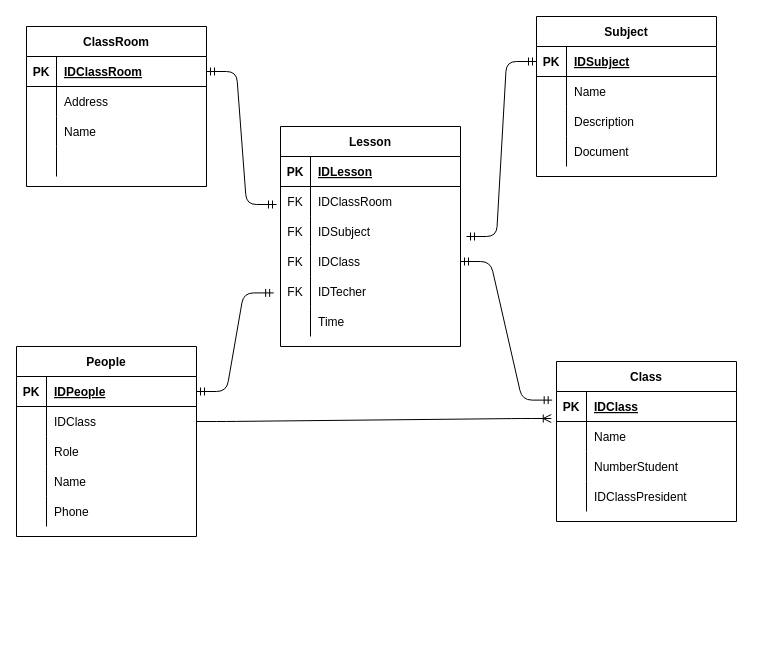
The draw.io diagram AssLec8/database course tfs02/diagram.drawio in gray1412/Homework_tfs02, before the edit. Source tidied: cells renumbered, new cells numbered last; positions are measured from the earlier drawing's top-left corner, leaving out a move shared by most shapes. Both pictures are drawn from the tidied source at 100%, with x=0, y=0 at pixel (16, 16).
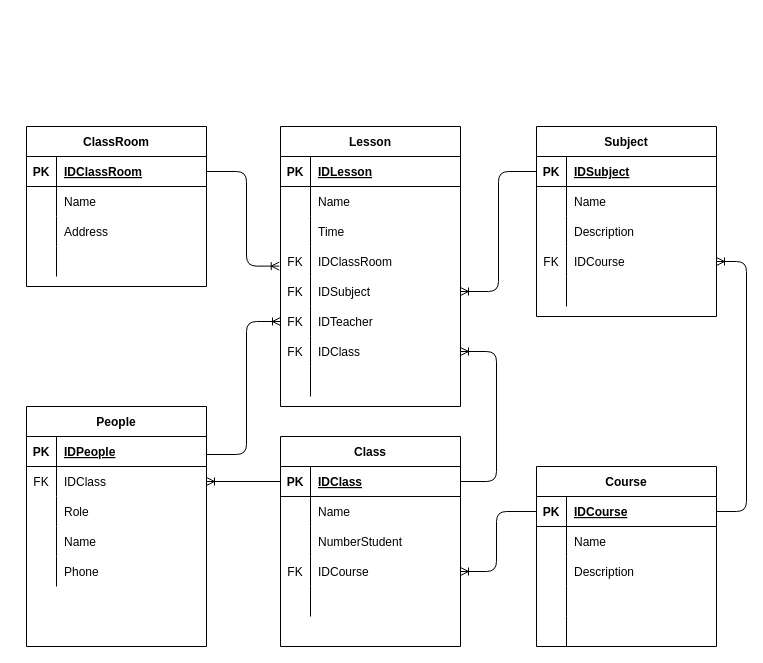
After the change.

Unchanged cells that the change refers to:
```xml
<mxCell id="22" style="shape=partialRectangle;fillColor=none;top=0;left=0;bottom=1;right=0;points=[[0,0.5],[1,0.5]];portConstraint=eastwest;" parent="21" vertex="1">
  <mxGeometry y="30" width="180" height="30" as="geometry" />
</mxCell>
<mxCell id="25" style="shape=partialRectangle;fillColor=none;top=0;left=0;bottom=0;right=0;points=[[0,0.5],[1,0.5]];portConstraint=eastwest;" parent="21" vertex="1">
  <mxGeometry y="60" width="180" height="30" as="geometry" />
</mxCell>
<mxCell id="35" style="shape=partialRectangle;fillColor=none;top=0;left=0;bottom=1;right=0;points=[[0,0.5],[1,0.5]];portConstraint=eastwest;" parent="34" vertex="1">
  <mxGeometry y="30" width="180" height="30" as="geometry" />
</mxCell>
<mxCell id="38" style="shape=partialRectangle;fillColor=none;top=0;left=0;bottom=0;right=0;points=[[0,0.5],[1,0.5]];portConstraint=eastwest;" parent="34" vertex="1">
  <mxGeometry y="60" width="180" height="30" as="geometry" />
</mxCell>
<mxCell id="51" style="shape=partialRectangle;fillColor=none;top=0;left=0;bottom=1;right=0;points=[[0,0.5],[1,0.5]];portConstraint=eastwest;" parent="50" vertex="1">
  <mxGeometry y="30" width="180" height="30" as="geometry" />
</mxCell>
<mxCell id="64" style="shape=partialRectangle;fillColor=none;top=0;left=0;bottom=1;right=0;points=[[0,0.5],[1,0.5]];portConstraint=eastwest;" parent="63" vertex="1">
  <mxGeometry y="30" width="180" height="30" as="geometry" />
</mxCell>
```

Change to the diagram source:
```diff
@@
     <mxCell id="2" value="Lesson" style="shape=table;startSize=30;childLayout=tableLayout;rowLines=0;fontStyle=1;align=center;" parent="1" vertex="1">
-      <mxGeometry x="264" y="110" width="180" height="220" as="geometry" />
+      <mxGeometry x="264" y="110" width="180" height="280" as="geometry" />
     </mxCell>
@@
+    <mxCell id="81" style="shape=partialRectangle;fillColor=none;top=0;left=0;bottom=0;right=0;" parent="2" vertex="1">
+      <mxGeometry y="60" width="180" height="30" as="geometry" />
+    </mxCell>
+    <mxCell id="82" style="shape=partialRectangle;fillColor=none;top=0;left=0;bottom=0;right=0;overflow=hidden;" parent="81" vertex="1">
+      <mxGeometry width="30" height="30" as="geometry" />
+    </mxCell>
+    <mxCell id="83" value="Name" style="shape=partialRectangle;fillColor=none;top=0;left=0;bottom=0;right=0;align=left;spacingLeft=6;overflow=hidden;" parent="81" vertex="1">
+      <mxGeometry x="30" width="150" height="30" as="geometry" />
+    </mxCell>
+    <mxCell id="18" style="shape=partialRectangle;fillColor=none;top=0;left=0;bottom=0;right=0;" parent="2" vertex="1">
+      <mxGeometry y="90" width="180" height="30" as="geometry" />
+    </mxCell>
+    <mxCell id="19" style="shape=partialRectangle;fillColor=none;top=0;left=0;bottom=0;right=0;overflow=hidden;" parent="18" vertex="1">
+      <mxGeometry width="30" height="30" as="geometry" />
+    </mxCell>
+    <mxCell id="20" value="Time" style="shape=partialRectangle;fillColor=none;top=0;left=0;bottom=0;right=0;align=left;spacingLeft=6;overflow=hidden;" parent="18" vertex="1">
+      <mxGeometry x="30" width="150" height="30" as="geometry" />
+    </mxCell>
     <mxCell id="6" style="shape=partialRectangle;fillColor=none;top=0;left=0;bottom=0;right=0;points=[[0,0.5],[1,0.5]];portConstraint=eastwest;" parent="2" vertex="1">
-      <mxGeometry y="60" width="180" height="30" as="geometry" />
+      <mxGeometry y="120" width="180" height="30" as="geometry" />
     </mxCell>
@@
     <mxCell id="9" style="shape=partialRectangle;fillColor=none;top=0;left=0;bottom=0;right=0;points=[[0,0.5],[1,0.5]];portConstraint=eastwest;" parent="2" vertex="1">
-      <mxGeometry y="90" width="180" height="30" as="geometry" />
+      <mxGeometry y="150" width="180" height="30" as="geometry" />
     </mxCell>
@@
+    <mxCell id="15" style="shape=partialRectangle;fillColor=none;top=0;left=0;bottom=0;right=0;points=[[0,0.5],[1,0.5]];portConstraint=eastwest;" parent="2" vertex="1">
+      <mxGeometry y="180" width="180" height="30" as="geometry" />
+    </mxCell>
+    <mxCell id="16" value="FK" style="shape=partialRectangle;fillColor=none;top=0;left=0;bottom=0;right=0;overflow=hidden;" parent="15" vertex="1">
+      <mxGeometry width="30" height="30" as="geometry" />
+    </mxCell>
+    <mxCell id="17" value="IDTeacher" style="shape=partialRectangle;fillColor=none;top=0;left=0;bottom=0;right=0;align=left;spacingLeft=6;overflow=hidden;" parent="15" vertex="1">
+      <mxGeometry x="30" width="150" height="30" as="geometry" />
+    </mxCell>
     <mxCell id="12" style="shape=partialRectangle;fillColor=none;top=0;left=0;bottom=0;right=0;points=[[0,0.5],[1,0.5]];portConstraint=eastwest;" parent="2" vertex="1">
-      <mxGeometry y="120" width="180" height="30" as="geometry" />
+      <mxGeometry y="210" width="180" height="30" as="geometry" />
     </mxCell>
@@
-    <mxCell id="15" style="shape=partialRectangle;fillColor=none;top=0;left=0;bottom=0;right=0;points=[[0,0.5],[1,0.5]];portConstraint=eastwest;" parent="2" vertex="1">
-      <mxGeometry y="150" width="180" height="30" as="geometry" />
-    </mxCell>
-    <mxCell id="16" value="FK" style="shape=partialRectangle;fillColor=none;top=0;left=0;bottom=0;right=0;overflow=hidden;" parent="15" vertex="1">
-      <mxGeometry width="30" height="30" as="geometry" />
-    </mxCell>
-    <mxCell id="17" value="IDTecher" style="shape=partialRectangle;fillColor=none;top=0;left=0;bottom=0;right=0;align=left;spacingLeft=6;overflow=hidden;" parent="15" vertex="1">
-      <mxGeometry x="30" width="150" height="30" as="geometry" />
-    </mxCell>
-    <mxCell id="18" style="shape=partialRectangle;fillColor=none;top=0;left=0;bottom=0;right=0;" parent="2" vertex="1">
-      <mxGeometry y="180" width="180" height="30" as="geometry" />
-    </mxCell>
-    <mxCell id="19" style="shape=partialRectangle;fillColor=none;top=0;left=0;bottom=0;right=0;overflow=hidden;" parent="18" vertex="1">
-      <mxGeometry width="30" height="30" as="geometry" />
-    </mxCell>
-    <mxCell id="20" value="Time" style="shape=partialRectangle;fillColor=none;top=0;left=0;bottom=0;right=0;align=left;spacingLeft=6;overflow=hidden;" parent="18" vertex="1">
-      <mxGeometry x="30" width="150" height="30" as="geometry" />
-    </mxCell>
+    <mxCell id="84" style="shape=partialRectangle;fillColor=none;top=0;left=0;bottom=0;right=0;" parent="2" vertex="1">
+      <mxGeometry y="240" width="180" height="30" as="geometry" />
+    </mxCell>
+    <mxCell id="85" style="shape=partialRectangle;fillColor=none;top=0;left=0;bottom=0;right=0;overflow=hidden;" parent="84" vertex="1">
+      <mxGeometry width="30" height="30" as="geometry" />
+    </mxCell>
+    <mxCell id="86" style="shape=partialRectangle;fillColor=none;top=0;left=0;bottom=0;right=0;align=left;spacingLeft=6;overflow=hidden;" parent="84" vertex="1">
+      <mxGeometry x="30" width="150" height="30" as="geometry" />
+    </mxCell>
     <mxCell id="21" value="Class" style="shape=table;startSize=30;childLayout=tableLayout;rowLines=0;fontStyle=1;align=center;" parent="1" vertex="1">
-      <mxGeometry x="540" y="345" width="180" height="160" as="geometry" />
+      <mxGeometry x="264" y="420" width="180" height="210" as="geometry" />
     </mxCell>
@@
+    <mxCell id="87" style="shape=partialRectangle;fillColor=none;top=0;left=0;bottom=0;right=0;points=[[0,0.5],[1,0.5]];portConstraint=eastwest;" parent="21" vertex="1">
+      <mxGeometry y="120" width="180" height="30" as="geometry" />
+    </mxCell>
+    <mxCell id="88" value="FK" style="shape=partialRectangle;fillColor=none;top=0;left=0;bottom=0;right=0;overflow=hidden;" parent="87" vertex="1">
+      <mxGeometry width="30" height="30" as="geometry" />
+    </mxCell>
+    <mxCell id="89" value="IDCourse" style="shape=partialRectangle;fillColor=none;top=0;left=0;bottom=0;right=0;align=left;spacingLeft=6;overflow=hidden;" parent="87" vertex="1">
+      <mxGeometry x="30" width="150" height="30" as="geometry" />
+    </mxCell>
     <mxCell id="31" style="shape=partialRectangle;fillColor=none;top=0;left=0;bottom=0;right=0;" parent="21" vertex="1">
-      <mxGeometry y="120" width="180" height="30" as="geometry" />
+      <mxGeometry y="150" width="180" height="30" as="geometry" />
     </mxCell>
@@
-    <mxCell id="33" value="IDClassPresident" style="shape=partialRectangle;fillColor=none;top=0;left=0;bottom=0;right=0;align=left;spacingLeft=6;overflow=hidden;" parent="31" vertex="1">
+    <mxCell id="33" style="shape=partialRectangle;fillColor=none;top=0;left=0;bottom=0;right=0;align=left;spacingLeft=6;overflow=hidden;" parent="31" vertex="1">
       <mxGeometry x="30" width="150" height="30" as="geometry" />
     </mxCell>
     <mxCell id="34" value="People" style="shape=table;startSize=30;childLayout=tableLayout;rowLines=0;fontStyle=1;align=center;" parent="1" vertex="1">
-      <mxGeometry y="330" width="180" height="190" as="geometry" />
+      <mxGeometry x="10" y="390" width="180" height="240" as="geometry" />
     </mxCell>
@@
-    <mxCell id="39" style="shape=partialRectangle;fillColor=none;top=0;left=0;bottom=0;right=0;overflow=hidden;" parent="38" vertex="1">
+    <mxCell id="39" value="FK" style="shape=partialRectangle;fillColor=none;top=0;left=0;bottom=0;right=0;overflow=hidden;" parent="38" vertex="1">
       <mxGeometry width="30" height="30" as="geometry" />
     </mxCell>
@@
     <mxCell id="50" value="ClassRoom" style="shape=table;startSize=30;childLayout=tableLayout;rowLines=0;fontStyle=1;align=center;" parent="1" vertex="1">
-      <mxGeometry x="10" y="10" width="180" height="160" as="geometry" />
+      <mxGeometry x="10" y="110" width="180" height="160" as="geometry" />
     </mxCell>
@@
+    <mxCell id="57" style="shape=partialRectangle;fillColor=none;top=0;left=0;bottom=0;right=0;" parent="50" vertex="1">
+      <mxGeometry y="60" width="180" height="30" as="geometry" />
+    </mxCell>
+    <mxCell id="58" style="shape=partialRectangle;fillColor=none;top=0;left=0;bottom=0;right=0;overflow=hidden;" parent="57" vertex="1">
+      <mxGeometry width="30" height="30" as="geometry" />
+    </mxCell>
+    <mxCell id="59" value="Name" style="shape=partialRectangle;fillColor=none;top=0;left=0;bottom=0;right=0;align=left;spacingLeft=6;overflow=hidden;" parent="57" vertex="1">
+      <mxGeometry x="30" width="150" height="30" as="geometry" />
+    </mxCell>
     <mxCell id="54" style="shape=partialRectangle;fillColor=none;top=0;left=0;bottom=0;right=0;" parent="50" vertex="1">
-      <mxGeometry y="60" width="180" height="30" as="geometry" />
+      <mxGeometry y="90" width="180" height="30" as="geometry" />
     </mxCell>
@@
-    <mxCell id="57" style="shape=partialRectangle;fillColor=none;top=0;left=0;bottom=0;right=0;" parent="50" vertex="1">
-      <mxGeometry y="90" width="180" height="30" as="geometry" />
-    </mxCell>
-    <mxCell id="58" style="shape=partialRectangle;fillColor=none;top=0;left=0;bottom=0;right=0;overflow=hidden;" parent="57" vertex="1">
-      <mxGeometry width="30" height="30" as="geometry" />
-    </mxCell>
-    <mxCell id="59" value="Name" style="shape=partialRectangle;fillColor=none;top=0;left=0;bottom=0;right=0;align=left;spacingLeft=6;overflow=hidden;" parent="57" vertex="1">
-      <mxGeometry x="30" width="150" height="30" as="geometry" />
-    </mxCell>
@@
     <mxCell id="63" value="Subject" style="shape=table;startSize=30;childLayout=tableLayout;rowLines=0;fontStyle=1;align=center;" parent="1" vertex="1">
-      <mxGeometry x="520" width="180" height="160" as="geometry" />
+      <mxGeometry x="520" y="110" width="180" height="190" as="geometry" />
     </mxCell>
@@
+    <mxCell id="90" style="shape=partialRectangle;fillColor=none;top=0;left=0;bottom=0;right=0;points=[[0,0.5],[1,0.5]];portConstraint=eastwest;" parent="63" vertex="1">
+      <mxGeometry y="120" width="180" height="30" as="geometry" />
+    </mxCell>
+    <mxCell id="91" value="FK" style="shape=partialRectangle;fillColor=none;top=0;left=0;bottom=0;right=0;overflow=hidden;" parent="90" vertex="1">
+      <mxGeometry width="30" height="30" as="geometry" />
+    </mxCell>
+    <mxCell id="92" value="IDCourse" style="shape=partialRectangle;fillColor=none;top=0;left=0;bottom=0;right=0;align=left;spacingLeft=6;overflow=hidden;" parent="90" vertex="1">
+      <mxGeometry x="30" width="150" height="30" as="geometry" />
+    </mxCell>
     <mxCell id="73" style="shape=partialRectangle;fillColor=none;top=0;left=0;bottom=0;right=0;" parent="63" vertex="1">
-      <mxGeometry y="120" width="180" height="30" as="geometry" />
+      <mxGeometry y="150" width="180" height="30" as="geometry" />
     </mxCell>
@@
-    <mxCell id="75" value="Document" style="shape=partialRectangle;fillColor=none;top=0;left=0;bottom=0;right=0;align=left;spacingLeft=6;overflow=hidden;" parent="73" vertex="1">
+    <mxCell id="75" style="shape=partialRectangle;fillColor=none;top=0;left=0;bottom=0;right=0;align=left;spacingLeft=6;overflow=hidden;" parent="73" vertex="1">
       <mxGeometry x="30" width="150" height="30" as="geometry" />
     </mxCell>
-    <mxCell id="76" style="edgeStyle=entityRelationEdgeStyle;fontSize=12;html=1;endArrow=ERmandOne;startArrow=ERmandOne;exitX=1;exitY=0.5;exitDx=0;exitDy=0;entryX=-0.024;entryY=0.287;entryDx=0;entryDy=0;entryPerimeter=0;" parent="1" edge="1" source="12" target="22">
-      <mxGeometry relative="1" as="geometry" />
-    </mxCell>
-    <mxCell id="77" style="edgeStyle=entityRelationEdgeStyle;fontSize=12;html=1;endArrow=ERmandOne;startArrow=ERmandOne;exitX=1;exitY=0.5;exitDx=0;exitDy=0;entryX=-0.038;entryY=0.547;entryDx=0;entryDy=0;entryPerimeter=0;" parent="1" edge="1" source="35" target="15">
-      <mxGeometry relative="1" as="geometry" />
-    </mxCell>
-    <mxCell id="78" style="edgeStyle=entityRelationEdgeStyle;fontSize=12;html=1;endArrow=ERmandOne;startArrow=ERmandOne;exitX=1;exitY=0.5;exitDx=0;exitDy=0;" parent="1" edge="1" source="51">
-      <mxGeometry relative="1" as="geometry">
-        <mxPoint x="260" y="188" as="targetPoint" />
-      </mxGeometry>
-    </mxCell>
-    <mxCell id="79" style="edgeStyle=entityRelationEdgeStyle;fontSize=12;html=1;endArrow=ERmandOne;startArrow=ERmandOne;entryX=0;entryY=0.5;entryDx=0;entryDy=0;" parent="1" edge="1" target="64">
-      <mxGeometry relative="1" as="geometry">
-        <mxPoint x="450" y="220" as="sourcePoint" />
-      </mxGeometry>
-    </mxCell>
-    <mxCell id="80" style="edgeStyle=entityRelationEdgeStyle;fontSize=12;html=1;endArrow=ERoneToMany;exitX=1;exitY=0.5;exitDx=0;exitDy=0;entryX=-0.029;entryY=-0.1;entryDx=0;entryDy=0;entryPerimeter=0;" parent="1" edge="1" source="38" target="25">
-      <mxGeometry relative="1" as="geometry" />
+    <mxCell id="80" style="edgeStyle=orthogonalEdgeStyle;fontSize=12;html=1;endArrow=ERoneToMany;exitX=0;exitY=0.5;exitDx=0;exitDy=0;entryX=1;entryY=0.5;entryDx=0;entryDy=0;" parent="1" edge="1" source="22" target="38">
+      <mxGeometry relative="1" as="geometry">
+        <Array as="points">
+          <mxPoint x="264" y="465" />
+        </Array>
+      </mxGeometry>
     </mxCell>
+    <mxCell id="93" value="Course" style="shape=table;startSize=30;childLayout=tableLayout;rowLines=0;fontStyle=1;align=center;" parent="1" vertex="1">
+      <mxGeometry x="520" y="450" width="180" height="180" as="geometry" />
+    </mxCell>
+    <mxCell id="94" style="shape=partialRectangle;fillColor=none;top=0;left=0;bottom=1;right=0;points=[[0,0.5],[1,0.5]];portConstraint=eastwest;" parent="93" vertex="1">
+      <mxGeometry y="30" width="180" height="30" as="geometry" />
+    </mxCell>
+    <mxCell id="95" value="PK" style="shape=partialRectangle;fillColor=none;top=0;left=0;bottom=0;right=0;fontStyle=1;overflow=hidden;" parent="94" vertex="1">
+      <mxGeometry width="30" height="30" as="geometry" />
+    </mxCell>
+    <mxCell id="96" value="IDCourse" style="shape=partialRectangle;fillColor=none;top=0;left=0;bottom=0;right=0;align=left;spacingLeft=6;fontStyle=5;overflow=hidden;" parent="94" vertex="1">
+      <mxGeometry x="30" width="150" height="30" as="geometry" />
+    </mxCell>
+    <mxCell id="97" style="shape=partialRectangle;fillColor=none;top=0;left=0;bottom=0;right=0;" parent="93" vertex="1">
+      <mxGeometry y="60" width="180" height="30" as="geometry" />
+    </mxCell>
+    <mxCell id="98" style="shape=partialRectangle;fillColor=none;top=0;left=0;bottom=0;right=0;overflow=hidden;" parent="97" vertex="1">
+      <mxGeometry width="30" height="30" as="geometry" />
+    </mxCell>
+    <mxCell id="99" value="Name" style="shape=partialRectangle;fillColor=none;top=0;left=0;bottom=0;right=0;align=left;spacingLeft=6;overflow=hidden;" parent="97" vertex="1">
+      <mxGeometry x="30" width="150" height="30" as="geometry" />
+    </mxCell>
+    <mxCell id="100" style="shape=partialRectangle;fillColor=none;top=0;left=0;bottom=0;right=0;" parent="93" vertex="1">
+      <mxGeometry y="90" width="180" height="30" as="geometry" />
+    </mxCell>
+    <mxCell id="101" style="shape=partialRectangle;fillColor=none;top=0;left=0;bottom=0;right=0;overflow=hidden;" parent="100" vertex="1">
+      <mxGeometry width="30" height="30" as="geometry" />
+    </mxCell>
+    <mxCell id="102" value="Description" style="shape=partialRectangle;fillColor=none;top=0;left=0;bottom=0;right=0;align=left;spacingLeft=6;overflow=hidden;" parent="100" vertex="1">
+      <mxGeometry x="30" width="150" height="30" as="geometry" />
+    </mxCell>
+    <mxCell id="103" style="shape=partialRectangle;fillColor=none;top=0;left=0;bottom=0;right=0;" parent="93" vertex="1">
+      <mxGeometry y="120" width="180" height="30" as="geometry" />
+    </mxCell>
+    <mxCell id="104" style="shape=partialRectangle;fillColor=none;top=0;left=0;bottom=0;right=0;overflow=hidden;" parent="103" vertex="1">
+      <mxGeometry width="30" height="30" as="geometry" />
+    </mxCell>
+    <mxCell id="105" style="shape=partialRectangle;fillColor=none;top=0;left=0;bottom=0;right=0;align=left;spacingLeft=6;overflow=hidden;" parent="103" vertex="1">
+      <mxGeometry x="30" width="150" height="30" as="geometry" />
+    </mxCell>
+    <mxCell id="106" style="shape=partialRectangle;fillColor=none;top=0;left=0;bottom=0;right=0;" parent="93" vertex="1">
+      <mxGeometry y="150" width="180" height="30" as="geometry" />
+    </mxCell>
+    <mxCell id="107" style="shape=partialRectangle;fillColor=none;top=0;left=0;bottom=0;right=0;overflow=hidden;" parent="106" vertex="1">
+      <mxGeometry width="30" height="30" as="geometry" />
+    </mxCell>
+    <mxCell id="108" style="shape=partialRectangle;fillColor=none;top=0;left=0;bottom=0;right=0;align=left;spacingLeft=6;overflow=hidden;" parent="106" vertex="1">
+      <mxGeometry x="30" width="150" height="30" as="geometry" />
+    </mxCell>
+    <mxCell id="109" style="edgeStyle=orthogonalEdgeStyle;fontSize=12;html=1;endArrow=ERoneToMany;entryX=1;entryY=0.5;entryDx=0;entryDy=0;exitX=1;exitY=0.25;exitDx=0;exitDy=0;" parent="1" edge="1" source="93" target="90">
+      <mxGeometry relative="1" as="geometry">
+        <Array as="points">
+          <mxPoint x="730" y="495" />
+          <mxPoint x="730" y="245" />
+        </Array>
+      </mxGeometry>
+    </mxCell>
+    <mxCell id="110" style="edgeStyle=orthogonalEdgeStyle;fontSize=12;html=1;endArrow=ERoneToMany;entryX=1;entryY=0.5;entryDx=0;entryDy=0;exitX=1;exitY=0.5;exitDx=0;exitDy=0;" parent="1" edge="1" source="22" target="12">
+      <mxGeometry relative="1" as="geometry">
+        <Array as="points">
+          <mxPoint x="480" y="465" />
+          <mxPoint x="480" y="335" />
+        </Array>
+      </mxGeometry>
+    </mxCell>
+    <mxCell id="111" style="edgeStyle=orthogonalEdgeStyle;fontSize=12;html=1;endArrow=ERoneToMany;entryX=1;entryY=0.5;entryDx=0;entryDy=0;exitX=0;exitY=0.5;exitDx=0;exitDy=0;" parent="1" edge="1" source="64" target="9">
+      <mxGeometry relative="1" as="geometry" />
+    </mxCell>
+    <mxCell id="112" style="edgeStyle=orthogonalEdgeStyle;fontSize=12;html=1;endArrow=ERoneToMany;exitX=1;exitY=0.5;exitDx=0;exitDy=0;entryX=-0.007;entryY=0.654;entryDx=0;entryDy=0;entryPerimeter=0;" parent="1" edge="1" source="51" target="6">
+      <mxGeometry relative="1" as="geometry">
+        <Array as="points">
+          <mxPoint x="230" y="155" />
+          <mxPoint x="230" y="250" />
+        </Array>
+      </mxGeometry>
+    </mxCell>
+    <mxCell id="113" style="edgeStyle=orthogonalEdgeStyle;fontSize=12;html=1;endArrow=ERoneToMany;entryX=0;entryY=0.5;entryDx=0;entryDy=0;" parent="1" edge="1" target="15">
+      <mxGeometry relative="1" as="geometry">
+        <mxPoint x="190" y="438" as="sourcePoint" />
+        <Array as="points">
+          <mxPoint x="230" y="438" />
+          <mxPoint x="230" y="305" />
+        </Array>
+      </mxGeometry>
+    </mxCell>
+    <mxCell id="114" style="edgeStyle=orthogonalEdgeStyle;fontSize=12;html=1;endArrow=ERoneToMany;entryX=1;entryY=0.5;entryDx=0;entryDy=0;exitX=0;exitY=0.5;exitDx=0;exitDy=0;" parent="1" edge="1" source="94" target="87">
+      <mxGeometry relative="1" as="geometry">
+        <Array as="points">
+          <mxPoint x="480" y="495" />
+          <mxPoint x="480" y="555" />
+        </Array>
+      </mxGeometry>
+    </mxCell>
```
